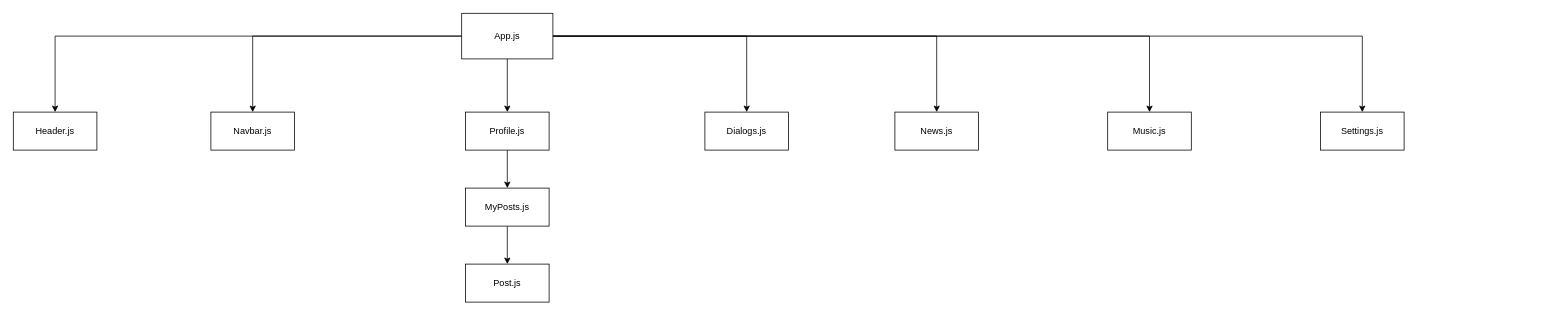
Above: Social-Network.drawio in Lonerr7/Youtube-React-Social-Network (draw.io), before the change. Source tidied: cells renumbered, new cells numbered last; positions are measured from the earlier drawing's top-left corner, leaving out a move shared by most shapes. Both pictures are drawn from the tidied source at 76%, with x=0, y=0 at pixel (13, 13).
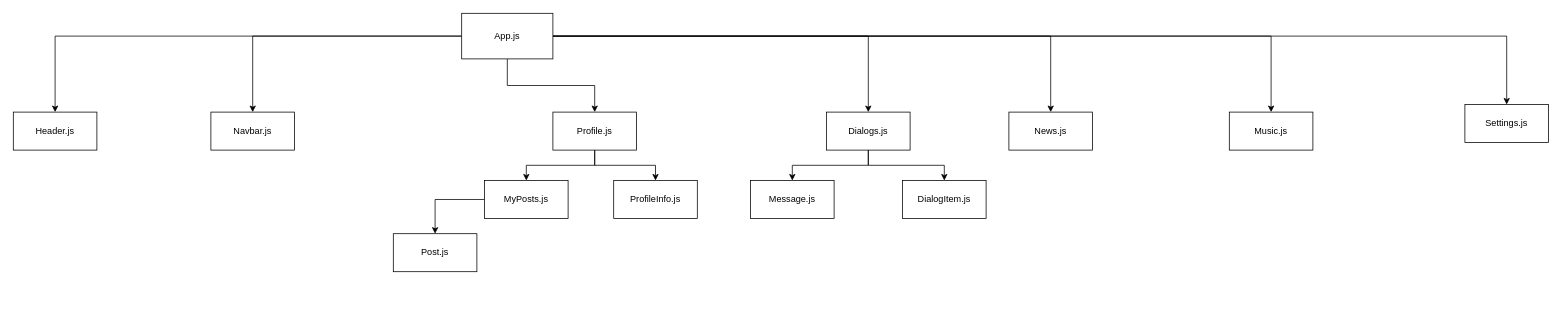
Above is the later version.

The edit, as a diff of the source:
```diff
@@
+    <mxCell id="21" style="edgeStyle=orthogonalEdgeStyle;rounded=0;jettySize=auto;html=1;entryX=0.5;entryY=0;entryDx=0;entryDy=0;" parent="1" edge="1" source="13" target="26">
+      <mxGeometry relative="1" as="geometry" />
+    </mxCell>
     <mxCell id="13" value="Profile.js" style="rounded=0;whiteSpace=wrap;html=1;" parent="1" vertex="1">
-      <mxGeometry x="595" y="130" width="110" height="50" as="geometry" />
+      <mxGeometry x="710" y="130" width="110" height="50" as="geometry" />
     </mxCell>
@@
     <mxCell id="15" value="MyPosts.js&lt;br&gt;" style="rounded=0;whiteSpace=wrap;html=1;" parent="1" vertex="1">
-      <mxGeometry x="595" y="230" width="110" height="50" as="geometry" />
+      <mxGeometry x="620" y="220" width="110" height="50" as="geometry" />
     </mxCell>
     <mxCell id="16" value="Post.js&lt;br&gt;" style="rounded=0;whiteSpace=wrap;html=1;" parent="1" vertex="1">
-      <mxGeometry x="595" y="330" width="110" height="50" as="geometry" />
+      <mxGeometry x="500" y="290" width="110" height="50" as="geometry" />
     </mxCell>
+    <mxCell id="22" style="edgeStyle=orthogonalEdgeStyle;rounded=0;jettySize=auto;html=1;entryX=0.5;entryY=0;entryDx=0;entryDy=0;" parent="1" edge="1" source="17" target="24">
+      <mxGeometry relative="1" as="geometry" />
+    </mxCell>
+    <mxCell id="23" style="edgeStyle=orthogonalEdgeStyle;rounded=0;jettySize=auto;html=1;entryX=0.5;entryY=0;entryDx=0;entryDy=0;" parent="1" edge="1" source="17" target="25">
+      <mxGeometry relative="1" as="geometry" />
+    </mxCell>
     <mxCell id="17" value="Dialogs.js" style="rounded=0;whiteSpace=wrap;html=1;" parent="1" vertex="1">
-      <mxGeometry x="910" y="130" width="110" height="50" as="geometry" />
+      <mxGeometry x="1070" y="130" width="110" height="50" as="geometry" />
     </mxCell>
     <mxCell id="18" value="News.js" style="rounded=0;whiteSpace=wrap;html=1;" parent="1" vertex="1">
-      <mxGeometry x="1160" y="130" width="110" height="50" as="geometry" />
+      <mxGeometry x="1310" y="130" width="110" height="50" as="geometry" />
     </mxCell>
     <mxCell id="19" value="Music.js" style="rounded=0;whiteSpace=wrap;html=1;" parent="1" vertex="1">
-      <mxGeometry x="1440" y="130" width="110" height="50" as="geometry" />
+      <mxGeometry x="1600" y="130" width="110" height="50" as="geometry" />
     </mxCell>
     <mxCell id="20" value="Settings.js&lt;br&gt;" style="rounded=0;whiteSpace=wrap;html=1;" parent="1" vertex="1">
-      <mxGeometry x="1720" y="130" width="110" height="50" as="geometry" />
+      <mxGeometry x="1910" y="120" width="110" height="50" as="geometry" />
     </mxCell>
+    <mxCell id="24" value="Message.js" style="rounded=0;whiteSpace=wrap;html=1;" parent="1" vertex="1">
+      <mxGeometry x="970" y="220" width="110" height="50" as="geometry" />
+    </mxCell>
+    <mxCell id="25" value="DialogItem.js" style="rounded=0;whiteSpace=wrap;html=1;" parent="1" vertex="1">
+      <mxGeometry x="1170" y="220" width="110" height="50" as="geometry" />
+    </mxCell>
+    <mxCell id="26" value="ProfileInfo.js" style="rounded=0;whiteSpace=wrap;html=1;" parent="1" vertex="1">
+      <mxGeometry x="790" y="220" width="110" height="50" as="geometry" />
+    </mxCell>
```
